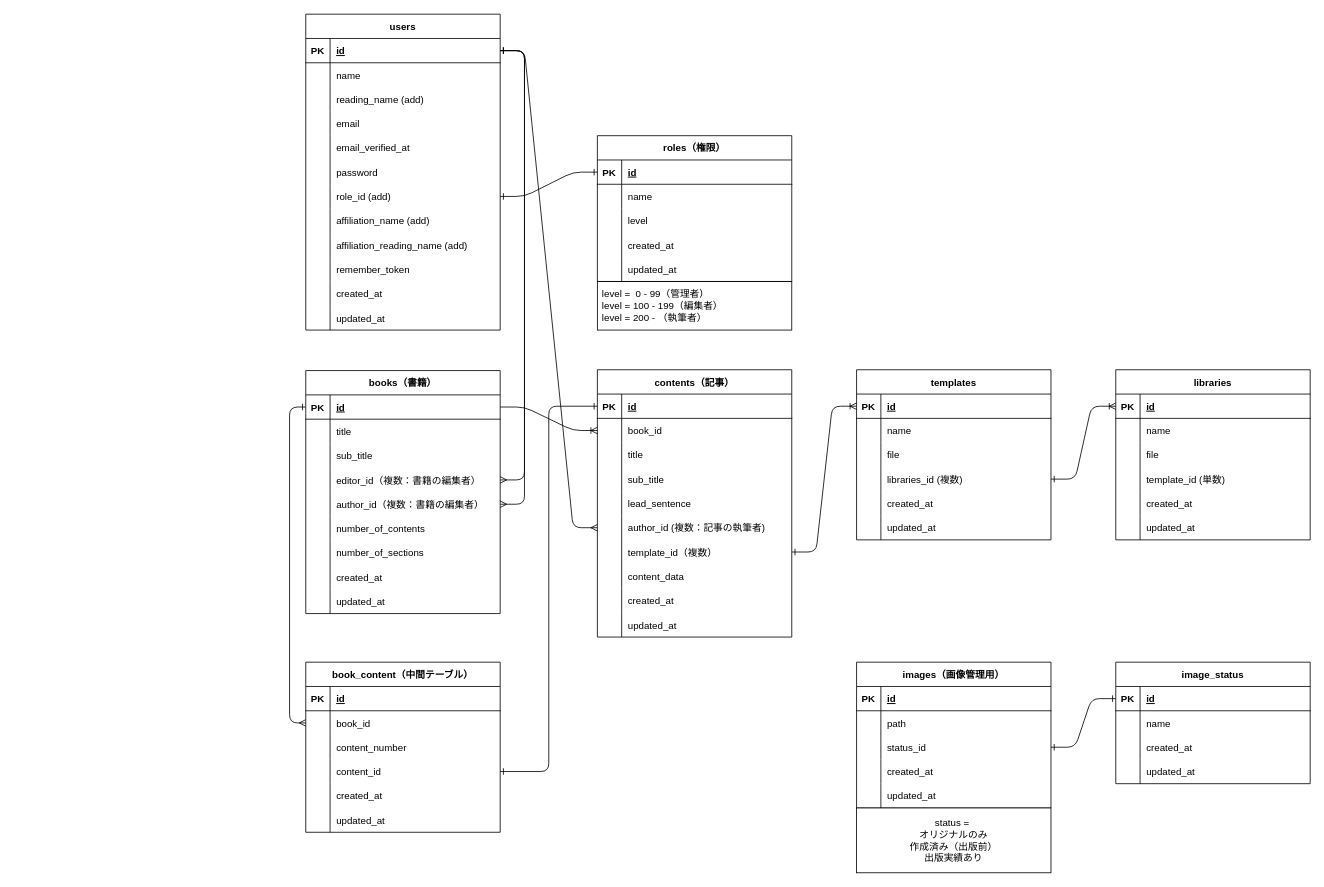
The draw.io diagram _documents/BookWriterDB.drawio in nishi3da/book-writer, before the edit. Source tidied: cells renumbered, new cells numbered last; positions are measured from the earlier drawing's top-left corner, leaving out a move shared by most shapes. Both pictures are drawn from the tidied source at 81%, with x=0, y=0 at pixel (289, 14).
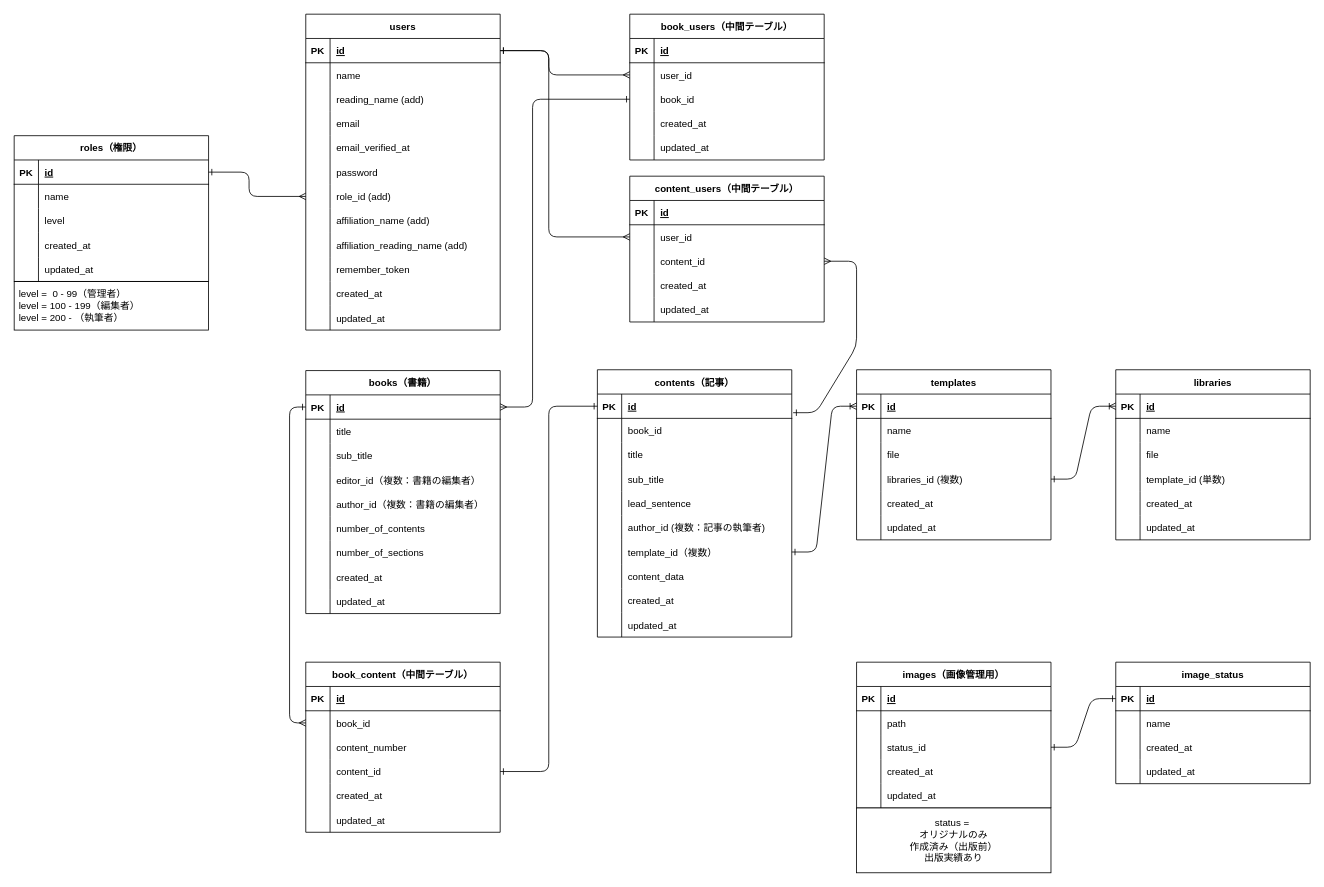
The same page after the edit.

Commit message:
DB仕様書の更新

Unchanged cells that the change refers to:
```xml
<mxCell id="3" style="shape=tableRow;horizontal=0;startSize=0;swimlaneHead=0;swimlaneBody=0;fillColor=none;points=[[0,0.5],[1,0.5]];portConstraint=eastwest;top=0;left=0;right=0;bottom=1;strokeColor=default;" parent="2" vertex="1">
  <mxGeometry y="30" width="240" height="30" as="geometry" />
</mxCell>
<mxCell id="21" style="shape=tableRow;horizontal=0;startSize=0;swimlaneHead=0;swimlaneBody=0;fillColor=none;points=[[0,0.5],[1,0.5]];portConstraint=eastwest;top=0;left=0;right=0;bottom=0;strokeColor=default;" parent="2" vertex="1">
  <mxGeometry y="210" width="240" height="30" as="geometry" />
</mxCell>
<mxCell id="40" style="shape=tableRow;horizontal=0;startSize=0;swimlaneHead=0;swimlaneBody=0;fillColor=none;points=[[0,0.5],[1,0.5]];portConstraint=eastwest;top=0;left=0;right=0;bottom=1;strokeColor=default;" parent="39" vertex="1">
  <mxGeometry y="30" width="240" height="30" as="geometry" />
</mxCell>
<mxCell id="49" style="shape=tableRow;horizontal=0;startSize=0;swimlaneHead=0;swimlaneBody=0;fillColor=none;points=[[0,0.5],[1,0.5]];portConstraint=eastwest;top=0;left=0;right=0;bottom=0;strokeColor=default;" parent="39" vertex="1">
  <mxGeometry y="120" width="240" height="30" as="geometry" />
</mxCell>
<mxCell id="52" style="shape=tableRow;horizontal=0;startSize=0;swimlaneHead=0;swimlaneBody=0;fillColor=none;points=[[0,0.5],[1,0.5]];portConstraint=eastwest;top=0;left=0;right=0;bottom=0;strokeColor=default;" parent="39" vertex="1">
  <mxGeometry y="150" width="240" height="30" as="geometry" />
</mxCell>
<mxCell id="68" style="shape=tableRow;horizontal=0;startSize=0;swimlaneHead=0;swimlaneBody=0;fillColor=none;points=[[0,0.5],[1,0.5]];portConstraint=eastwest;top=0;left=0;right=0;bottom=1;strokeColor=default;" parent="67" vertex="1">
  <mxGeometry y="30" width="240" height="30" as="geometry" />
</mxCell>
<mxCell id="71" style="shape=tableRow;horizontal=0;startSize=0;swimlaneHead=0;swimlaneBody=0;fillColor=none;points=[[0,0.5],[1,0.5]];portConstraint=eastwest;top=0;left=0;right=0;bottom=0;strokeColor=default;" parent="67" vertex="1">
  <mxGeometry y="60" width="240" height="30" as="geometry" />
</mxCell>
<mxCell id="83" style="shape=tableRow;horizontal=0;startSize=0;swimlaneHead=0;swimlaneBody=0;fillColor=none;points=[[0,0.5],[1,0.5]];portConstraint=eastwest;top=0;left=0;right=0;bottom=0;strokeColor=default;" parent="67" vertex="1">
  <mxGeometry y="180" width="240" height="30" as="geometry" />
</mxCell>
<mxCell id="185" style="shape=tableRow;horizontal=0;startSize=0;swimlaneHead=0;swimlaneBody=0;fillColor=none;points=[[0,0.5],[1,0.5]];portConstraint=eastwest;top=0;left=0;right=0;bottom=1;strokeColor=default;" parent="184" vertex="1">
  <mxGeometry y="30" width="240" height="30" as="geometry" />
</mxCell>
```

The edit, as a diff of the source:
```diff
@@
+    <mxCell id="212" value="book_users（中間テーブル）" style="shape=table;startSize=30;childLayout=tableLayout;rowLines=0;fontStyle=1;align=center;strokeColor=default;" parent="1" vertex="1">
+      <mxGeometry x="420" width="240" height="180" as="geometry" />
+    </mxCell>
+    <mxCell id="213" style="shape=tableRow;horizontal=0;startSize=0;swimlaneHead=0;swimlaneBody=0;fillColor=none;top=0;left=0;right=0;bottom=1;strokeColor=default;" parent="212" vertex="1">
+      <mxGeometry y="30" width="240" height="30" as="geometry" />
+    </mxCell>
+    <mxCell id="214" value="PK" style="shape=partialRectangle;fillColor=none;top=0;left=0;bottom=0;right=0;fontStyle=1;overflow=hidden;strokeColor=default;" parent="213" vertex="1">
+      <mxGeometry width="30" height="30" as="geometry" />
+    </mxCell>
+    <mxCell id="215" value="id" style="shape=partialRectangle;fillColor=none;top=0;left=0;bottom=0;right=0;align=left;spacingLeft=6;fontStyle=5;overflow=hidden;strokeColor=default;" parent="213" vertex="1">
+      <mxGeometry x="30" width="210" height="30" as="geometry" />
+    </mxCell>
+    <mxCell id="216" style="shape=tableRow;horizontal=0;startSize=0;swimlaneHead=0;swimlaneBody=0;fillColor=none;points=[[0,0.5],[1,0.5]];portConstraint=eastwest;top=0;left=0;right=0;bottom=0;strokeColor=default;" parent="212" vertex="1">
+      <mxGeometry y="60" width="240" height="30" as="geometry" />
+    </mxCell>
+    <mxCell id="217" style="shape=partialRectangle;fillColor=none;top=0;left=0;bottom=0;right=0;overflow=hidden;strokeColor=default;" parent="216" vertex="1">
+      <mxGeometry width="30" height="30" as="geometry" />
+    </mxCell>
+    <mxCell id="218" value="user_id" style="shape=partialRectangle;fillColor=none;top=0;left=0;bottom=0;right=0;align=left;spacingLeft=6;overflow=hidden;strokeColor=default;" parent="216" vertex="1">
+      <mxGeometry x="30" width="210" height="30" as="geometry" />
+    </mxCell>
+    <mxCell id="219" style="shape=tableRow;horizontal=0;startSize=0;swimlaneHead=0;swimlaneBody=0;fillColor=none;points=[[0,0.5],[1,0.5]];portConstraint=eastwest;top=0;left=0;right=0;bottom=0;strokeColor=default;" parent="212" vertex="1">
+      <mxGeometry y="90" width="240" height="30" as="geometry" />
+    </mxCell>
+    <mxCell id="220" style="shape=partialRectangle;fillColor=none;top=0;left=0;bottom=0;right=0;overflow=hidden;strokeColor=default;" parent="219" vertex="1">
+      <mxGeometry width="30" height="30" as="geometry" />
+    </mxCell>
+    <mxCell id="221" value="book_id" style="shape=partialRectangle;fillColor=none;top=0;left=0;bottom=0;right=0;align=left;spacingLeft=6;overflow=hidden;strokeColor=default;" parent="219" vertex="1">
+      <mxGeometry x="30" width="210" height="30" as="geometry" />
+    </mxCell>
+    <mxCell id="222" style="shape=tableRow;horizontal=0;startSize=0;swimlaneHead=0;swimlaneBody=0;fillColor=none;top=0;left=0;right=0;bottom=0;strokeColor=default;" parent="212" vertex="1">
+      <mxGeometry y="120" width="240" height="30" as="geometry" />
+    </mxCell>
+    <mxCell id="223" style="shape=partialRectangle;fillColor=none;top=0;left=0;bottom=0;right=0;overflow=hidden;strokeColor=default;" parent="222" vertex="1">
+      <mxGeometry width="30" height="30" as="geometry" />
+    </mxCell>
+    <mxCell id="224" value="created_at" style="shape=partialRectangle;fillColor=none;top=0;left=0;bottom=0;right=0;align=left;spacingLeft=6;overflow=hidden;strokeColor=default;" parent="222" vertex="1">
+      <mxGeometry x="30" width="210" height="30" as="geometry" />
+    </mxCell>
+    <mxCell id="225" style="shape=tableRow;horizontal=0;startSize=0;swimlaneHead=0;swimlaneBody=0;fillColor=none;top=0;left=0;right=0;bottom=0;strokeColor=default;" parent="212" vertex="1">
+      <mxGeometry y="150" width="240" height="30" as="geometry" />
+    </mxCell>
+    <mxCell id="226" style="shape=partialRectangle;fillColor=none;top=0;left=0;bottom=0;right=0;overflow=hidden;strokeColor=default;" parent="225" vertex="1">
+      <mxGeometry width="30" height="30" as="geometry" />
+    </mxCell>
+    <mxCell id="227" value="updated_at" style="shape=partialRectangle;fillColor=none;top=0;left=0;bottom=0;right=0;align=left;spacingLeft=6;overflow=hidden;strokeColor=default;" parent="225" vertex="1">
+      <mxGeometry x="30" width="210" height="30" as="geometry" />
+    </mxCell>
+    <mxCell id="228" value="content_users（中間テーブル）" style="shape=table;startSize=30;childLayout=tableLayout;rowLines=0;fontStyle=1;align=center;strokeColor=default;" parent="1" vertex="1">
+      <mxGeometry x="420" y="200" width="240" height="180" as="geometry" />
+    </mxCell>
+    <mxCell id="229" style="shape=tableRow;horizontal=0;startSize=0;swimlaneHead=0;swimlaneBody=0;fillColor=none;top=0;left=0;right=0;bottom=1;strokeColor=default;" parent="228" vertex="1">
+      <mxGeometry y="30" width="240" height="30" as="geometry" />
+    </mxCell>
+    <mxCell id="230" value="PK" style="shape=partialRectangle;fillColor=none;top=0;left=0;bottom=0;right=0;fontStyle=1;overflow=hidden;strokeColor=default;" parent="229" vertex="1">
+      <mxGeometry width="30" height="30" as="geometry" />
+    </mxCell>
+    <mxCell id="231" value="id" style="shape=partialRectangle;fillColor=none;top=0;left=0;bottom=0;right=0;align=left;spacingLeft=6;fontStyle=5;overflow=hidden;strokeColor=default;" parent="229" vertex="1">
+      <mxGeometry x="30" width="210" height="30" as="geometry" />
+    </mxCell>
+    <mxCell id="232" style="shape=tableRow;horizontal=0;startSize=0;swimlaneHead=0;swimlaneBody=0;fillColor=none;points=[[0,0.5],[1,0.5]];portConstraint=eastwest;top=0;left=0;right=0;bottom=0;strokeColor=default;" parent="228" vertex="1">
+      <mxGeometry y="60" width="240" height="30" as="geometry" />
+    </mxCell>
+    <mxCell id="233" style="shape=partialRectangle;fillColor=none;top=0;left=0;bottom=0;right=0;overflow=hidden;strokeColor=default;" parent="232" vertex="1">
+      <mxGeometry width="30" height="30" as="geometry" />
+    </mxCell>
+    <mxCell id="234" value="user_id" style="shape=partialRectangle;fillColor=none;top=0;left=0;bottom=0;right=0;align=left;spacingLeft=6;overflow=hidden;strokeColor=default;" parent="232" vertex="1">
+      <mxGeometry x="30" width="210" height="30" as="geometry" />
+    </mxCell>
+    <mxCell id="235" style="shape=tableRow;horizontal=0;startSize=0;swimlaneHead=0;swimlaneBody=0;fillColor=none;points=[[0,0.5],[1,0.5]];portConstraint=eastwest;top=0;left=0;right=0;bottom=0;strokeColor=default;" parent="228" vertex="1">
+      <mxGeometry y="90" width="240" height="30" as="geometry" />
+    </mxCell>
+    <mxCell id="236" style="shape=partialRectangle;fillColor=none;top=0;left=0;bottom=0;right=0;overflow=hidden;strokeColor=default;" parent="235" vertex="1">
+      <mxGeometry width="30" height="30" as="geometry" />
+    </mxCell>
+    <mxCell id="237" value="content_id" style="shape=partialRectangle;fillColor=none;top=0;left=0;bottom=0;right=0;align=left;spacingLeft=6;overflow=hidden;strokeColor=default;" parent="235" vertex="1">
+      <mxGeometry x="30" width="210" height="30" as="geometry" />
+    </mxCell>
+    <mxCell id="238" style="shape=tableRow;horizontal=0;startSize=0;swimlaneHead=0;swimlaneBody=0;fillColor=none;top=0;left=0;right=0;bottom=0;strokeColor=default;" parent="228" vertex="1">
+      <mxGeometry y="120" width="240" height="30" as="geometry" />
+    </mxCell>
+    <mxCell id="239" style="shape=partialRectangle;fillColor=none;top=0;left=0;bottom=0;right=0;overflow=hidden;strokeColor=default;" parent="238" vertex="1">
+      <mxGeometry width="30" height="30" as="geometry" />
+    </mxCell>
+    <mxCell id="240" value="created_at" style="shape=partialRectangle;fillColor=none;top=0;left=0;bottom=0;right=0;align=left;spacingLeft=6;overflow=hidden;strokeColor=default;" parent="238" vertex="1">
+      <mxGeometry x="30" width="210" height="30" as="geometry" />
+    </mxCell>
+    <mxCell id="241" style="shape=tableRow;horizontal=0;startSize=0;swimlaneHead=0;swimlaneBody=0;fillColor=none;top=0;left=0;right=0;bottom=0;strokeColor=default;" parent="228" vertex="1">
+      <mxGeometry y="150" width="240" height="30" as="geometry" />
+    </mxCell>
+    <mxCell id="242" style="shape=partialRectangle;fillColor=none;top=0;left=0;bottom=0;right=0;overflow=hidden;strokeColor=default;" parent="241" vertex="1">
+      <mxGeometry width="30" height="30" as="geometry" />
+    </mxCell>
+    <mxCell id="243" value="updated_at" style="shape=partialRectangle;fillColor=none;top=0;left=0;bottom=0;right=0;align=left;spacingLeft=6;overflow=hidden;strokeColor=default;" parent="241" vertex="1">
+      <mxGeometry x="30" width="210" height="30" as="geometry" />
+    </mxCell>
@@
     <mxCell id="184" value="roles（権限）" style="shape=table;startSize=30;childLayout=tableLayout;rowLines=0;fontStyle=1;align=center;strokeColor=default;" parent="1" vertex="1">
-      <mxGeometry x="380" y="150" width="240" height="180" as="geometry" />
+      <mxGeometry x="-340" y="150" width="240" height="180" as="geometry" />
     </mxCell>
@@
     <mxCell id="200" value="&lt;span style=&quot;text-align: center;&quot;&gt;level =&amp;nbsp; 0 - 99（管理者）&lt;/span&gt;&lt;br style=&quot;text-align: center;&quot;&gt;&lt;span style=&quot;text-align: center;&quot;&gt;level = 100 - 199（編集者）&lt;/span&gt;&lt;br style=&quot;text-align: center;&quot;&gt;&lt;span style=&quot;text-align: center;&quot;&gt;level = 200 - （執筆者）&lt;/span&gt;" style="text;strokeColor=default;fillColor=none;align=left;verticalAlign=middle;spacingLeft=4;spacingRight=4;overflow=hidden;whiteSpace=wrap;html=1;" parent="1" vertex="1">
-      <mxGeometry x="380" y="330" width="240" height="60" as="geometry" />
+      <mxGeometry x="-340" y="330" width="240" height="60" as="geometry" />
     </mxCell>
@@
-    <mxCell id="202" style="edgeStyle=entityRelationEdgeStyle;fontSize=12;html=1;endArrow=ERone;endFill=0;exitX=1;exitY=0.5;exitDx=0;exitDy=0;entryX=0;entryY=0.5;entryDx=0;entryDy=0;startArrow=ERone;startFill=0;" parent="1" edge="1" source="21" target="185">
-      <mxGeometry relative="1" as="geometry" />
-    </mxCell>
@@
-    <mxCell id="204" style="edgeStyle=entityRelationEdgeStyle;fontSize=12;html=1;endArrow=ERmany;startArrow=ERone;startFill=0;endFill=0;exitX=1;exitY=0.5;exitDx=0;exitDy=0;entryX=1;entryY=0.5;entryDx=0;entryDy=0;" parent="1" edge="1" source="3" target="49">
-      <mxGeometry relative="1" as="geometry" />
-    </mxCell>
-    <mxCell id="205" style="edgeStyle=entityRelationEdgeStyle;fontSize=12;html=1;endArrow=ERmany;startArrow=ERone;entryX=0;entryY=0.5;entryDx=0;entryDy=0;exitX=1;exitY=0.5;exitDx=0;exitDy=0;startFill=0;" parent="1" edge="1" source="3" target="83">
-      <mxGeometry relative="1" as="geometry" />
-    </mxCell>
-    <mxCell id="206" style="edgeStyle=entityRelationEdgeStyle;fontSize=12;html=1;endArrow=ERoneToMany;exitX=1;exitY=0.5;exitDx=0;exitDy=0;entryX=0;entryY=0.5;entryDx=0;entryDy=0;" parent="1" edge="1" source="40" target="71">
-      <mxGeometry relative="1" as="geometry" />
-    </mxCell>
@@
-    <mxCell id="211" style="edgeStyle=entityRelationEdgeStyle;fontSize=12;html=1;endArrow=ERmany;startArrow=ERone;startFill=0;endFill=0;exitX=1;exitY=0.5;exitDx=0;exitDy=0;entryX=1;entryY=0.5;entryDx=0;entryDy=0;" parent="1" edge="1" source="3" target="52">
-      <mxGeometry relative="1" as="geometry" />
-    </mxCell>
+    <mxCell id="244" style="endArrow=ERmany;html=1;exitX=1;exitY=0.5;exitDx=0;exitDy=0;entryX=0;entryY=0.5;entryDx=0;entryDy=0;startArrow=ERone;startFill=0;endFill=0;" parent="1" edge="1" source="185" target="21">
+      <mxGeometry relative="1" as="geometry">
+        <Array as="points">
+          <mxPoint x="-50" y="195" />
+          <mxPoint x="-50" y="225" />
+        </Array>
+      </mxGeometry>
+    </mxCell>
+    <mxCell id="245" style="endArrow=ERmany;html=1;exitX=1;exitY=0.5;exitDx=0;exitDy=0;entryX=0;entryY=0.5;entryDx=0;entryDy=0;startArrow=ERone;startFill=0;endFill=0;" parent="1" edge="1" source="3" target="216">
+      <mxGeometry relative="1" as="geometry">
+        <Array as="points">
+          <mxPoint x="320" y="45" />
+          <mxPoint x="320" y="75" />
+        </Array>
+      </mxGeometry>
+    </mxCell>
+    <mxCell id="246" style="endArrow=ERmany;html=1;exitX=1;exitY=0.5;exitDx=0;exitDy=0;entryX=0;entryY=0.5;entryDx=0;entryDy=0;startArrow=ERone;startFill=0;endFill=0;" parent="1" edge="1" source="3" target="232">
+      <mxGeometry relative="1" as="geometry">
+        <Array as="points">
+          <mxPoint x="320" y="45" />
+          <mxPoint x="320" y="275" />
+        </Array>
+      </mxGeometry>
+    </mxCell>
+    <mxCell id="247" style="endArrow=ERmany;html=1;exitX=0;exitY=0.5;exitDx=0;exitDy=0;entryX=1;entryY=0.5;entryDx=0;entryDy=0;startArrow=ERone;startFill=0;endFill=0;" parent="1" edge="1" source="219" target="40">
+      <mxGeometry relative="1" as="geometry">
+        <Array as="points">
+          <mxPoint x="300" y="105" />
+          <mxPoint x="300" y="485" />
+        </Array>
+      </mxGeometry>
+    </mxCell>
+    <mxCell id="248" style="endArrow=ERmany;html=1;exitX=1.007;exitY=0.767;exitDx=0;exitDy=0;entryX=1;entryY=0.5;entryDx=0;entryDy=0;startArrow=ERone;startFill=0;endFill=0;exitPerimeter=0;" parent="1" edge="1" source="68" target="235">
+      <mxGeometry relative="1" as="geometry">
+        <Array as="points">
+          <mxPoint x="650" y="492" />
+          <mxPoint x="700" y="410" />
+          <mxPoint x="700" y="305" />
+        </Array>
+      </mxGeometry>
+    </mxCell>
```
